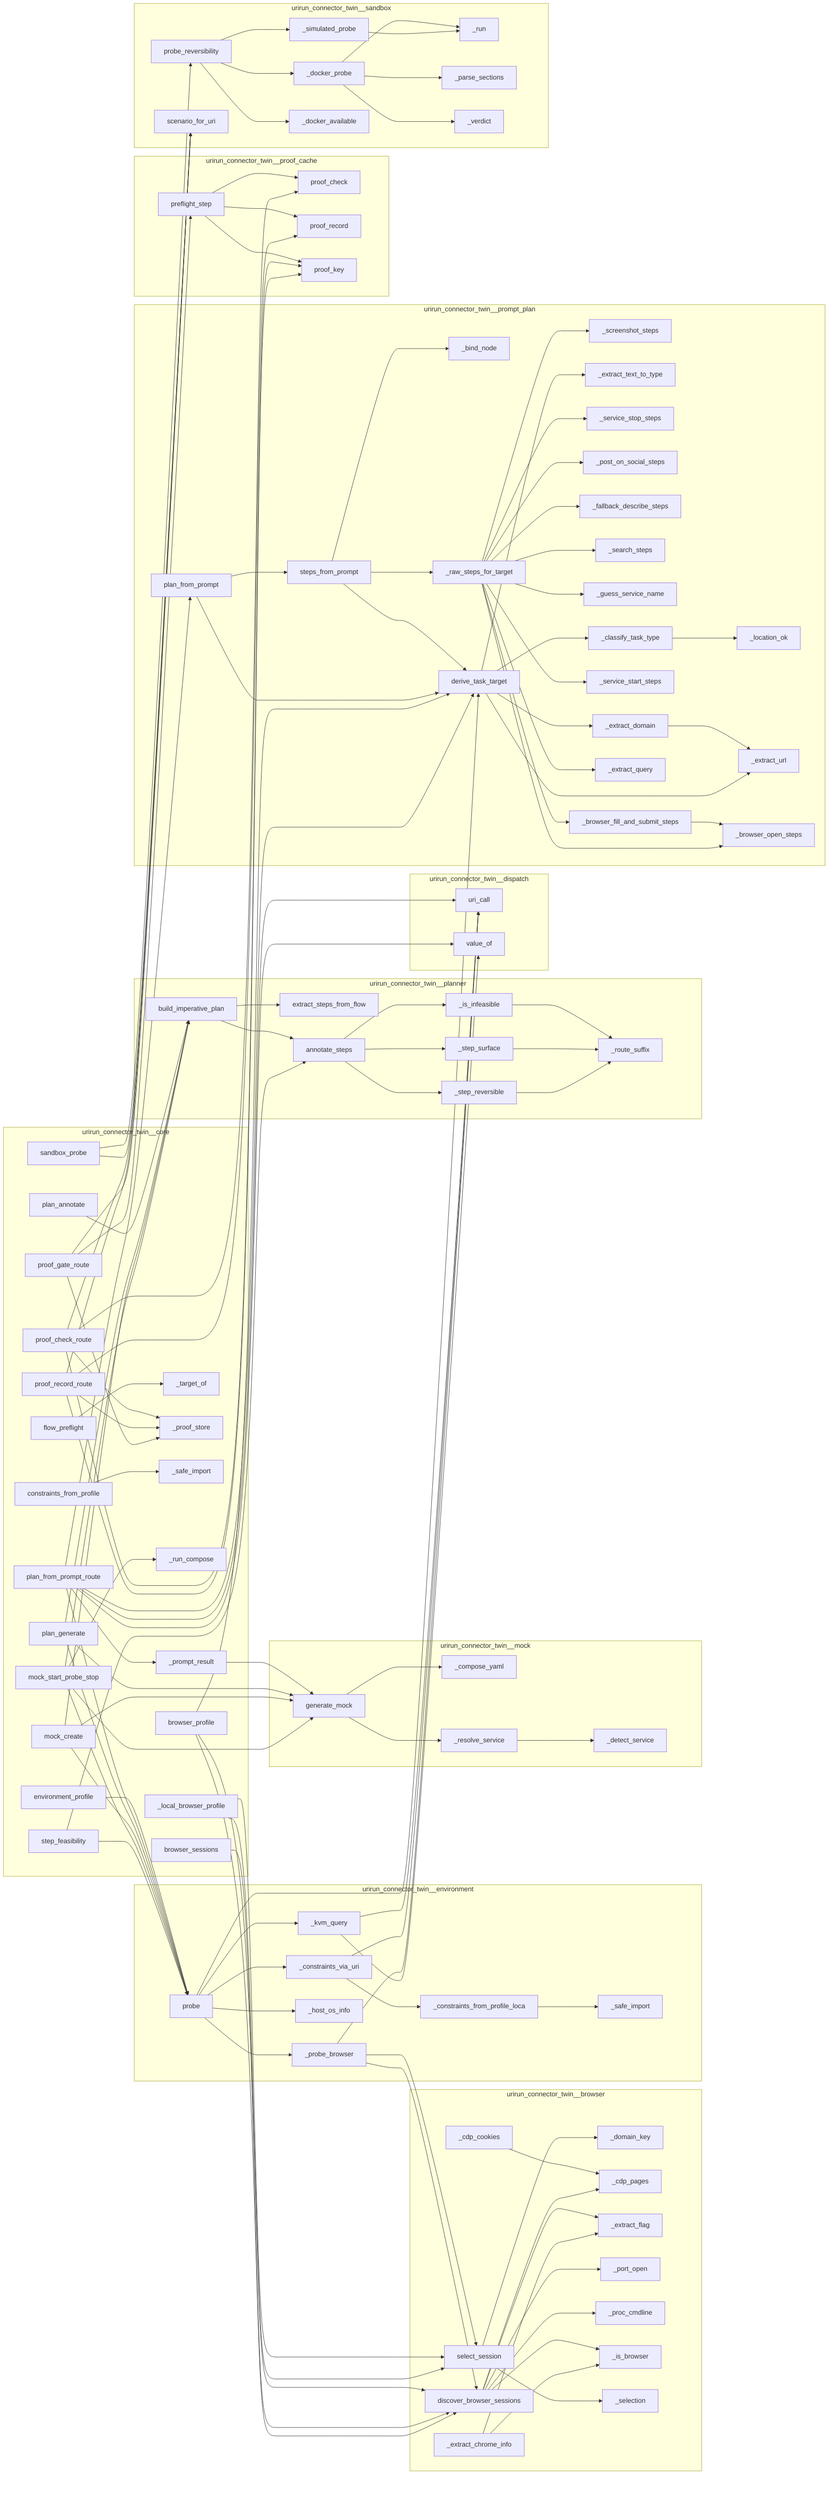
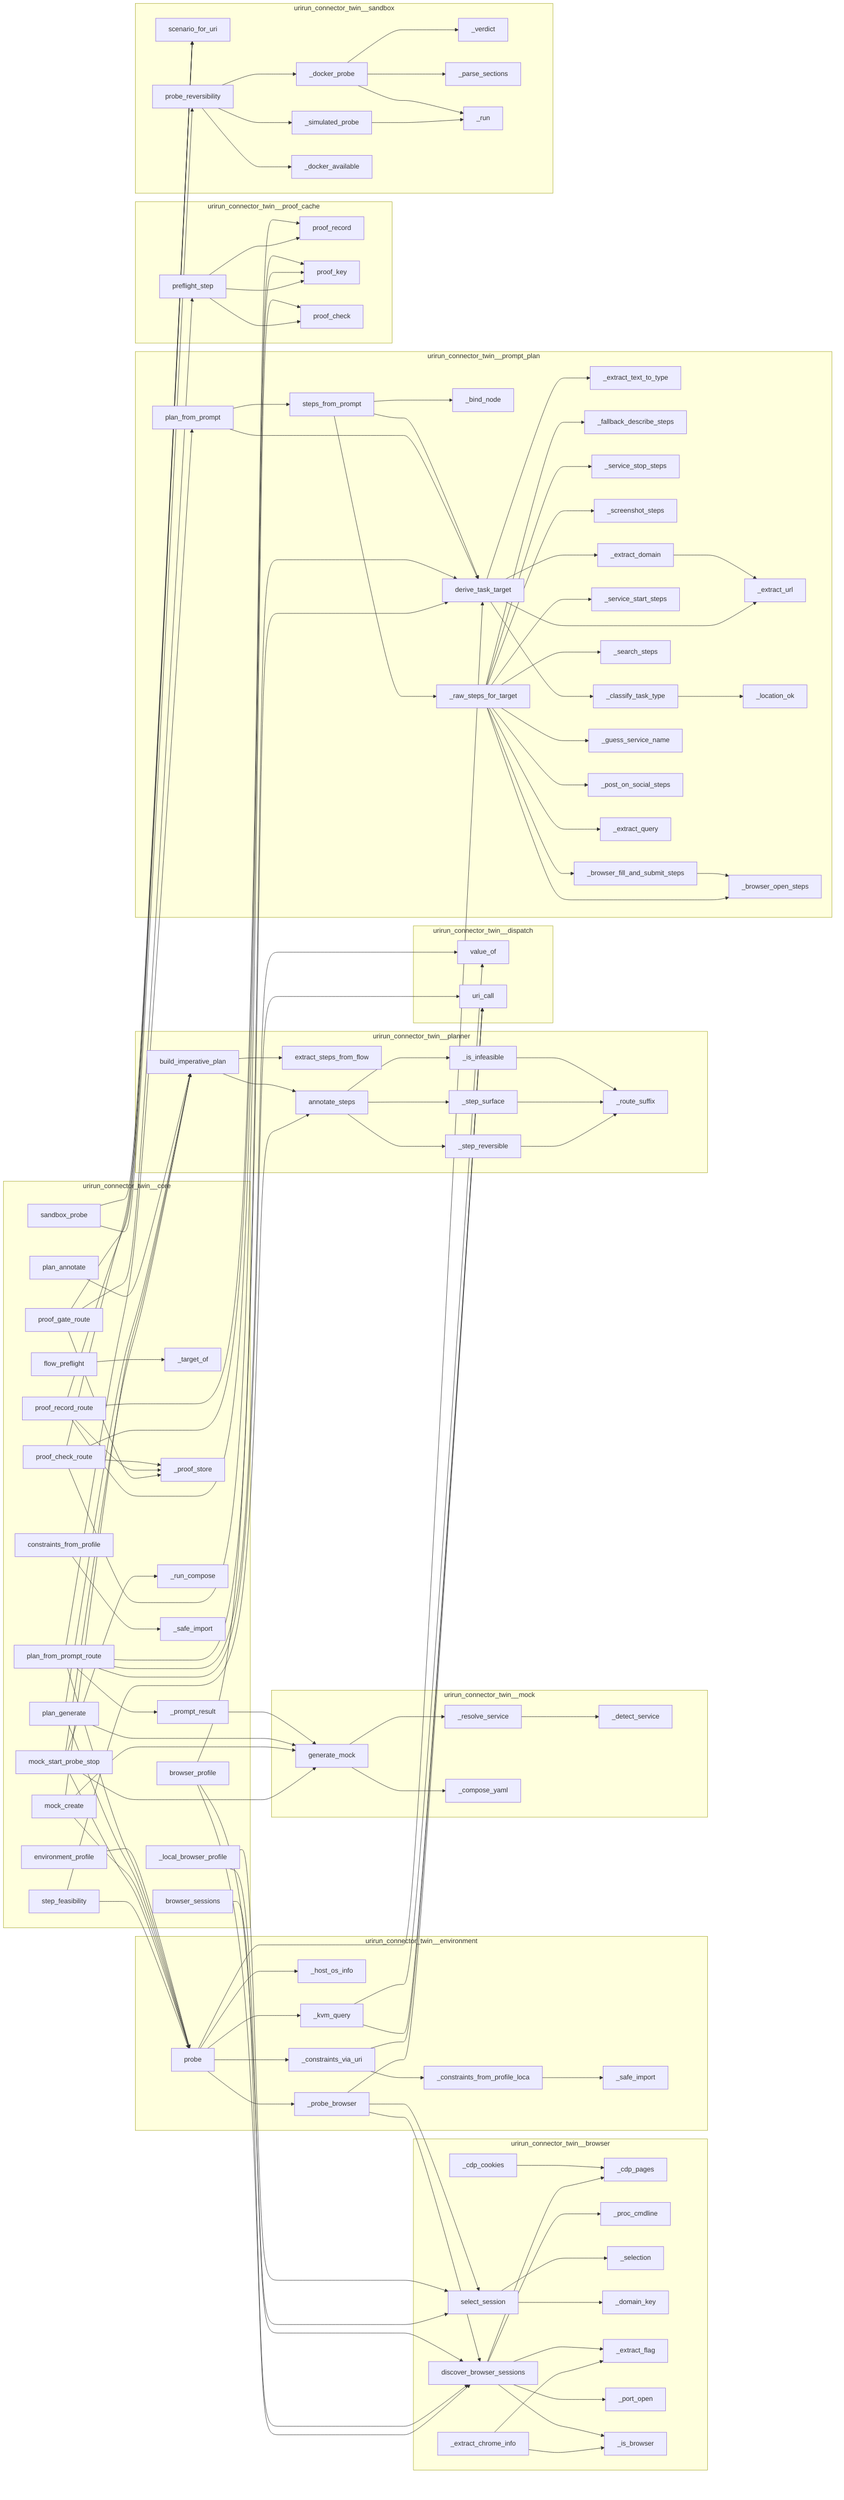
flowchart LR
%% generated in 0.00s
    subgraph urirun_connector_twin__browser
+         urirun_connector_twin__browser___cdp_cookies["_cdp_cookies"]
        urirun_connector_twin__browser__select_session["select_session"]
+         urirun_connector_twin__browser___cdp_pages["_cdp_pages"]
+         urirun_connector_twin__browser___proc_cmdline["_proc_cmdline"]
+         urirun_connector_twin__browser___selection["_selection"]
        urirun_connector_twin__browser___domain_key["_domain_key"]
        urirun_connector_twin__browser__discover_browser_sessions["discover_browser_sessions"]
-         urirun_connector_twin__browser___cdp_pages["_cdp_pages"]
        urirun_connector_twin__browser___extract_flag["_extract_flag"]
        urirun_connector_twin__browser___extract_chrome_info["_extract_chrome_info"]
        urirun_connector_twin__browser___port_open["_port_open"]
-         urirun_connector_twin__browser___proc_cmdline["_proc_cmdline"]
-         urirun_connector_twin__browser___cdp_cookies["_cdp_cookies"]
        urirun_connector_twin__browser___is_browser["_is_browser"]
-         urirun_connector_twin__browser___selection["_selection"]
    end
    subgraph urirun_connector_twin__core
-         urirun_connector_twin__core__mock_create["mock_create"]
-         urirun_connector_twin__core__plan_generate["plan_generate"]
-         urirun_connector_twin__core__constraints_from_profile["constraints_from_profile"]
-         urirun_connector_twin__core__proof_record_route["proof_record_route"]
-         urirun_connector_twin__core__proof_gate_route["proof_gate_route"]
-         urirun_connector_twin__core___local_browser_profile["_local_browser_profile"]
-         urirun_connector_twin__core__flow_preflight["flow_preflight"]
+         urirun_connector_twin__core___target_of["_target_of"]
        urirun_connector_twin__core__sandbox_probe["sandbox_probe"]
        urirun_connector_twin__core__environment_profile["environment_profile"]
        urirun_connector_twin__core__plan_annotate["plan_annotate"]
+         urirun_connector_twin__core__proof_record_route["proof_record_route"]
+         urirun_connector_twin__core__flow_preflight["flow_preflight"]
+         urirun_connector_twin__core__plan_generate["plan_generate"]
+         urirun_connector_twin__core__browser_sessions["browser_sessions"]
+         urirun_connector_twin__core__constraints_from_profile["constraints_from_profile"]
+         urirun_connector_twin__core___prompt_result["_prompt_result"]
+         urirun_connector_twin__core__mock_start_probe_stop["mock_start_probe_stop"]
+         urirun_connector_twin__core___proof_store["_proof_store"]
+         urirun_connector_twin__core__step_feasibility["step_feasibility"]
+         urirun_connector_twin__core__plan_from_prompt_route["plan_from_prompt_route"]
        urirun_connector_twin__core__proof_check_route["proof_check_route"]
-         urirun_connector_twin__core__browser_sessions["browser_sessions"]
-         urirun_connector_twin__core___target_of["_target_of"]
-         urirun_connector_twin__core___proof_store["_proof_store"]
+         urirun_connector_twin__core__proof_gate_route["proof_gate_route"]
+         urirun_connector_twin__core___local_browser_profile["_local_browser_profile"]
+         urirun_connector_twin__core__mock_create["mock_create"]
+         urirun_connector_twin__core___run_compose["_run_compose"]
+         urirun_connector_twin__core__browser_profile["browser_profile"]
        urirun_connector_twin__core___safe_import["_safe_import"]
-         urirun_connector_twin__core__mock_start_probe_stop["mock_start_probe_stop"]
-         urirun_connector_twin__core__step_feasibility["step_feasibility"]
-         urirun_connector_twin__core___run_compose["_run_compose"]
-         urirun_connector_twin__core___prompt_result["_prompt_result"]
-         urirun_connector_twin__core__plan_from_prompt_route["plan_from_prompt_route"]
-         urirun_connector_twin__core__browser_profile["browser_profile"]
    end
    subgraph urirun_connector_twin__dispatch
+         urirun_connector_twin__dispatch__value_of["value_of"]
        urirun_connector_twin__dispatch__uri_call["uri_call"]
-         urirun_connector_twin__dispatch__value_of["value_of"]
    end
    subgraph urirun_connector_twin__environment
+         urirun_connector_twin__environment__probe["probe"]
+         urirun_connector_twin__environment___safe_import["_safe_import"]
+         urirun_connector_twin__environment___constraints_from_profile_local["_constraints_from_profile_loca"]
        urirun_connector_twin__environment___probe_browser["_probe_browser"]
-         urirun_connector_twin__environment___safe_import["_safe_import"]
+         urirun_connector_twin__environment___host_os_info["_host_os_info"]
+         urirun_connector_twin__environment___constraints_via_uri["_constraints_via_uri"]
        urirun_connector_twin__environment___kvm_query["_kvm_query"]
-         urirun_connector_twin__environment___constraints_via_uri["_constraints_via_uri"]
-         urirun_connector_twin__environment__probe["probe"]
-         urirun_connector_twin__environment___constraints_from_profile_local["_constraints_from_profile_loca"]
-         urirun_connector_twin__environment___host_os_info["_host_os_info"]
    end
    subgraph urirun_connector_twin__mock
+         urirun_connector_twin__mock__generate_mock["generate_mock"]
+         urirun_connector_twin__mock___resolve_service["_resolve_service"]
+         urirun_connector_twin__mock___detect_service["_detect_service"]
        urirun_connector_twin__mock___compose_yaml["_compose_yaml"]
-         urirun_connector_twin__mock___resolve_service["_resolve_service"]
-         urirun_connector_twin__mock__generate_mock["generate_mock"]
-         urirun_connector_twin__mock___detect_service["_detect_service"]
    end
    subgraph urirun_connector_twin__planner
+         urirun_connector_twin__planner___step_reversible["_step_reversible"]
        urirun_connector_twin__planner__extract_steps_from_flow["extract_steps_from_flow"]
+         urirun_connector_twin__planner__annotate_steps["annotate_steps"]
+         urirun_connector_twin__planner___route_suffix["_route_suffix"]
        urirun_connector_twin__planner__build_imperative_plan["build_imperative_plan"]
-         urirun_connector_twin__planner__annotate_steps["annotate_steps"]
-         urirun_connector_twin__planner___step_reversible["_step_reversible"]
-         urirun_connector_twin__planner___route_suffix["_route_suffix"]
+         urirun_connector_twin__planner___is_infeasible["_is_infeasible"]
        urirun_connector_twin__planner___step_surface["_step_surface"]
-         urirun_connector_twin__planner___is_infeasible["_is_infeasible"]
    end
    subgraph urirun_connector_twin__prompt_plan
+         urirun_connector_twin__prompt_plan___extract_text_to_type["_extract_text_to_type"]
+         urirun_connector_twin__prompt_plan__plan_from_prompt["plan_from_prompt"]
+         urirun_connector_twin__prompt_plan__steps_from_prompt["steps_from_prompt"]
+         urirun_connector_twin__prompt_plan___fallback_describe_steps["_fallback_describe_steps"]
+         urirun_connector_twin__prompt_plan___bind_node["_bind_node"]
+         urirun_connector_twin__prompt_plan___service_stop_steps["_service_stop_steps"]
+         urirun_connector_twin__prompt_plan___raw_steps_for_target["_raw_steps_for_target"]
+         urirun_connector_twin__prompt_plan___extract_url["_extract_url"]
+         urirun_connector_twin__prompt_plan___location_ok["_location_ok"]
        urirun_connector_twin__prompt_plan___screenshot_steps["_screenshot_steps"]
-         urirun_connector_twin__prompt_plan___bind_node["_bind_node"]
-         urirun_connector_twin__prompt_plan___extract_text_to_type["_extract_text_to_type"]
-         urirun_connector_twin__prompt_plan___service_stop_steps["_service_stop_steps"]
+         urirun_connector_twin__prompt_plan___classify_task_type["_classify_task_type"]
+         urirun_connector_twin__prompt_plan___service_start_steps["_service_start_steps"]
+         urirun_connector_twin__prompt_plan__derive_task_target["derive_task_target"]
+         urirun_connector_twin__prompt_plan___browser_fill_and_submit_steps["_browser_fill_and_submit_steps"]
+         urirun_connector_twin__prompt_plan___search_steps["_search_steps"]
+         urirun_connector_twin__prompt_plan___extract_domain["_extract_domain"]
+         urirun_connector_twin__prompt_plan___browser_open_steps["_browser_open_steps"]
+         urirun_connector_twin__prompt_plan___guess_service_name["_guess_service_name"]
        urirun_connector_twin__prompt_plan___post_on_social_steps["_post_on_social_steps"]
-         urirun_connector_twin__prompt_plan___fallback_describe_steps["_fallback_describe_steps"]
-         urirun_connector_twin__prompt_plan__derive_task_target["derive_task_target"]
-         urirun_connector_twin__prompt_plan___search_steps["_search_steps"]
-         urirun_connector_twin__prompt_plan___guess_service_name["_guess_service_name"]
-         urirun_connector_twin__prompt_plan___location_ok["_location_ok"]
-         urirun_connector_twin__prompt_plan___browser_fill_and_submit_steps["_browser_fill_and_submit_steps"]
-         urirun_connector_twin__prompt_plan___service_start_steps["_service_start_steps"]
-         urirun_connector_twin__prompt_plan___raw_steps_for_target["_raw_steps_for_target"]
-         urirun_connector_twin__prompt_plan___extract_domain["_extract_domain"]
-         urirun_connector_twin__prompt_plan__plan_from_prompt["plan_from_prompt"]
        urirun_connector_twin__prompt_plan___extract_query["_extract_query"]
-         urirun_connector_twin__prompt_plan___extract_url["_extract_url"]
-         urirun_connector_twin__prompt_plan__steps_from_prompt["steps_from_prompt"]
-         urirun_connector_twin__prompt_plan___browser_open_steps["_browser_open_steps"]
-         urirun_connector_twin__prompt_plan___classify_task_type["_classify_task_type"]
    end
    subgraph urirun_connector_twin__proof_cache
-         urirun_connector_twin__proof_cache__proof_check["proof_check"]
        urirun_connector_twin__proof_cache__preflight_step["preflight_step"]
        urirun_connector_twin__proof_cache__proof_record["proof_record"]
        urirun_connector_twin__proof_cache__proof_key["proof_key"]
+         urirun_connector_twin__proof_cache__proof_check["proof_check"]
    end
    subgraph urirun_connector_twin__sandbox
+         urirun_connector_twin__sandbox__scenario_for_uri["scenario_for_uri"]
        urirun_connector_twin__sandbox___docker_probe["_docker_probe"]
+         urirun_connector_twin__sandbox___verdict["_verdict"]
+         urirun_connector_twin__sandbox__probe_reversibility["probe_reversibility"]
        urirun_connector_twin__sandbox___simulated_probe["_simulated_probe"]
-         urirun_connector_twin__sandbox__probe_reversibility["probe_reversibility"]
+         urirun_connector_twin__sandbox___parse_sections["_parse_sections"]
+         urirun_connector_twin__sandbox___run["_run"]
        urirun_connector_twin__sandbox___docker_available["_docker_available"]
-         urirun_connector_twin__sandbox___run["_run"]
-         urirun_connector_twin__sandbox___parse_sections["_parse_sections"]
-         urirun_connector_twin__sandbox___verdict["_verdict"]
-         urirun_connector_twin__sandbox__scenario_for_uri["scenario_for_uri"]
    end
    urirun_connector_twin__sandbox___docker_probe --> urirun_connector_twin__sandbox___run
    urirun_connector_twin__sandbox___docker_probe --> urirun_connector_twin__sandbox___parse_sections
    urirun_connector_twin__sandbox___docker_probe --> urirun_connector_twin__sandbox___verdict
    urirun_connector_twin__sandbox___simulated_probe --> urirun_connector_twin__sandbox___run
    urirun_connector_twin__sandbox__probe_reversibility --> urirun_connector_twin__sandbox___docker_available
    urirun_connector_twin__sandbox__probe_reversibility --> urirun_connector_twin__sandbox___docker_probe
    urirun_connector_twin__sandbox__probe_reversibility --> urirun_connector_twin__sandbox___simulated_probe
    urirun_connector_twin__mock___resolve_service --> urirun_connector_twin__mock___detect_service
    urirun_connector_twin__mock__generate_mock --> urirun_connector_twin__mock___resolve_service
    urirun_connector_twin__mock__generate_mock --> urirun_connector_twin__mock___compose_yaml
    urirun_connector_twin__browser___cdp_cookies --> urirun_connector_twin__browser___cdp_pages
    urirun_connector_twin__browser__discover_browser_sessions --> urirun_connector_twin__browser___proc_cmdline
    urirun_connector_twin__browser__discover_browser_sessions --> urirun_connector_twin__browser___extract_flag
    urirun_connector_twin__browser__discover_browser_sessions --> urirun_connector_twin__browser___port_open
    urirun_connector_twin__browser__discover_browser_sessions --> urirun_connector_twin__browser___is_browser
    urirun_connector_twin__browser__discover_browser_sessions --> urirun_connector_twin__browser___cdp_pages
    urirun_connector_twin__browser__select_session --> urirun_connector_twin__browser___domain_key
    urirun_connector_twin__browser__select_session --> urirun_connector_twin__browser___selection
    urirun_connector_twin__browser___extract_chrome_info --> urirun_connector_twin__browser___extract_flag
    urirun_connector_twin__browser___extract_chrome_info --> urirun_connector_twin__browser___is_browser
    urirun_connector_twin__planner___is_infeasible --> urirun_connector_twin__planner___route_suffix
    urirun_connector_twin__planner___step_surface --> urirun_connector_twin__planner___route_suffix
    urirun_connector_twin__planner___step_reversible --> urirun_connector_twin__planner___route_suffix
    urirun_connector_twin__planner__annotate_steps --> urirun_connector_twin__planner___is_infeasible
    urirun_connector_twin__planner__annotate_steps --> urirun_connector_twin__planner___step_reversible
    urirun_connector_twin__planner__annotate_steps --> urirun_connector_twin__planner___step_surface
    urirun_connector_twin__planner__build_imperative_plan --> urirun_connector_twin__planner__extract_steps_from_flow
    urirun_connector_twin__planner__build_imperative_plan --> urirun_connector_twin__planner__annotate_steps
    urirun_connector_twin__prompt_plan___extract_domain --> urirun_connector_twin__prompt_plan___extract_url
    urirun_connector_twin__prompt_plan___browser_fill_and_submit_steps --> urirun_connector_twin__prompt_plan___browser_open_steps
    urirun_connector_twin__prompt_plan___classify_task_type --> urirun_connector_twin__prompt_plan___location_ok
    urirun_connector_twin__prompt_plan__derive_task_target --> urirun_connector_twin__prompt_plan___extract_domain
    urirun_connector_twin__prompt_plan__derive_task_target --> urirun_connector_twin__prompt_plan___extract_url
    urirun_connector_twin__prompt_plan__derive_task_target --> urirun_connector_twin__prompt_plan___extract_text_to_type
    urirun_connector_twin__prompt_plan__derive_task_target --> urirun_connector_twin__prompt_plan___classify_task_type
    urirun_connector_twin__prompt_plan___raw_steps_for_target --> urirun_connector_twin__prompt_plan___fallback_describe_steps
    urirun_connector_twin__prompt_plan___raw_steps_for_target --> urirun_connector_twin__prompt_plan___post_on_social_steps
    urirun_connector_twin__prompt_plan___raw_steps_for_target --> urirun_connector_twin__prompt_plan___search_steps
    urirun_connector_twin__prompt_plan___raw_steps_for_target --> urirun_connector_twin__prompt_plan___browser_fill_and_submit_steps
    urirun_connector_twin__prompt_plan___raw_steps_for_target --> urirun_connector_twin__prompt_plan___browser_open_steps
    urirun_connector_twin__prompt_plan___raw_steps_for_target --> urirun_connector_twin__prompt_plan___screenshot_steps
    urirun_connector_twin__prompt_plan___raw_steps_for_target --> urirun_connector_twin__prompt_plan___service_start_steps
    urirun_connector_twin__prompt_plan___raw_steps_for_target --> urirun_connector_twin__prompt_plan___service_stop_steps
    urirun_connector_twin__prompt_plan___raw_steps_for_target --> urirun_connector_twin__prompt_plan___extract_query
    urirun_connector_twin__prompt_plan___raw_steps_for_target --> urirun_connector_twin__prompt_plan___guess_service_name
    urirun_connector_twin__prompt_plan__steps_from_prompt --> urirun_connector_twin__prompt_plan___bind_node
    urirun_connector_twin__prompt_plan__steps_from_prompt --> urirun_connector_twin__prompt_plan___raw_steps_for_target
    urirun_connector_twin__prompt_plan__steps_from_prompt --> urirun_connector_twin__prompt_plan__derive_task_target
    urirun_connector_twin__prompt_plan__plan_from_prompt --> urirun_connector_twin__prompt_plan__derive_task_target
    urirun_connector_twin__prompt_plan__plan_from_prompt --> urirun_connector_twin__prompt_plan__steps_from_prompt
-     urirun_connector_twin__environment___kvm_query --> urirun_connector_twin__dispatch__uri_call
-     urirun_connector_twin__environment___kvm_query --> urirun_connector_twin__dispatch__value_of
-     urirun_connector_twin__environment___constraints_from_profile_local --> urirun_connector_twin__environment___safe_import
-     urirun_connector_twin__environment___constraints_via_uri --> urirun_connector_twin__dispatch__uri_call
-     urirun_connector_twin__environment___constraints_via_uri --> urirun_connector_twin__environment___constraints_from_profile_local
-     urirun_connector_twin__environment___probe_browser --> urirun_connector_twin__dispatch__uri_call
-     urirun_connector_twin__environment___probe_browser --> urirun_connector_twin__browser__select_session
-     urirun_connector_twin__environment___probe_browser --> urirun_connector_twin__browser__discover_browser_sessions
-     urirun_connector_twin__environment__probe --> urirun_connector_twin__environment___host_os_info
-     urirun_connector_twin__environment__probe --> urirun_connector_twin__environment___constraints_via_uri
-     urirun_connector_twin__environment__probe --> urirun_connector_twin__environment___probe_browser
-     urirun_connector_twin__environment__probe --> urirun_connector_twin__environment___kvm_query
-     urirun_connector_twin__environment__probe --> urirun_connector_twin__prompt_plan__derive_task_target
-     urirun_connector_twin__proof_cache__preflight_step --> urirun_connector_twin__proof_cache__proof_key
-     urirun_connector_twin__proof_cache__preflight_step --> urirun_connector_twin__proof_cache__proof_check
-     urirun_connector_twin__proof_cache__preflight_step --> urirun_connector_twin__proof_cache__proof_record
    urirun_connector_twin__core___local_browser_profile --> urirun_connector_twin__browser__discover_browser_sessions
    urirun_connector_twin__core___local_browser_profile --> urirun_connector_twin__browser__select_session
    urirun_connector_twin__core___prompt_result --> urirun_connector_twin__mock__generate_mock
    urirun_connector_twin__core__environment_profile --> urirun_connector_twin__environment__probe
    urirun_connector_twin__core__constraints_from_profile --> urirun_connector_twin__core___safe_import
    urirun_connector_twin__core__browser_sessions --> urirun_connector_twin__browser__discover_browser_sessions
    urirun_connector_twin__core__browser_profile --> urirun_connector_twin__browser__discover_browser_sessions
    urirun_connector_twin__core__browser_profile --> urirun_connector_twin__browser__select_session
    urirun_connector_twin__core__browser_profile --> urirun_connector_twin__prompt_plan__derive_task_target
    urirun_connector_twin__core__plan_from_prompt_route --> urirun_connector_twin__prompt_plan__derive_task_target
    urirun_connector_twin__core__plan_from_prompt_route --> urirun_connector_twin__prompt_plan__plan_from_prompt
    urirun_connector_twin__core__plan_from_prompt_route --> urirun_connector_twin__dispatch__uri_call
    urirun_connector_twin__core__plan_from_prompt_route --> urirun_connector_twin__core___prompt_result
    urirun_connector_twin__core__plan_from_prompt_route --> urirun_connector_twin__dispatch__value_of
    urirun_connector_twin__core__plan_from_prompt_route --> urirun_connector_twin__environment__probe
    urirun_connector_twin__core__plan_annotate --> urirun_connector_twin__planner__build_imperative_plan
    urirun_connector_twin__core__plan_generate --> urirun_connector_twin__environment__probe
    urirun_connector_twin__core__plan_generate --> urirun_connector_twin__planner__build_imperative_plan
    urirun_connector_twin__core__plan_generate --> urirun_connector_twin__mock__generate_mock
    urirun_connector_twin__core__mock_create --> urirun_connector_twin__environment__probe
    urirun_connector_twin__core__mock_create --> urirun_connector_twin__planner__build_imperative_plan
    urirun_connector_twin__core__mock_create --> urirun_connector_twin__mock__generate_mock
    urirun_connector_twin__core__mock_start_probe_stop --> urirun_connector_twin__environment__probe
    urirun_connector_twin__core__mock_start_probe_stop --> urirun_connector_twin__planner__build_imperative_plan
    urirun_connector_twin__core__mock_start_probe_stop --> urirun_connector_twin__mock__generate_mock
    urirun_connector_twin__core__mock_start_probe_stop --> urirun_connector_twin__core___run_compose
    urirun_connector_twin__core__step_feasibility --> urirun_connector_twin__environment__probe
    urirun_connector_twin__core__step_feasibility --> urirun_connector_twin__planner__annotate_steps
    urirun_connector_twin__core__sandbox_probe --> urirun_connector_twin__sandbox__probe_reversibility
    urirun_connector_twin__core__sandbox_probe --> urirun_connector_twin__sandbox__scenario_for_uri
    urirun_connector_twin__core__proof_check_route --> urirun_connector_twin__proof_cache__proof_key
    urirun_connector_twin__core__proof_check_route --> urirun_connector_twin__proof_cache__proof_check
    urirun_connector_twin__core__proof_check_route --> urirun_connector_twin__sandbox__scenario_for_uri
    urirun_connector_twin__core__proof_check_route --> urirun_connector_twin__core___proof_store
    urirun_connector_twin__core__proof_record_route --> urirun_connector_twin__sandbox__scenario_for_uri
    urirun_connector_twin__core__proof_record_route --> urirun_connector_twin__proof_cache__proof_key
    urirun_connector_twin__core__proof_record_route --> urirun_connector_twin__proof_cache__proof_record
    urirun_connector_twin__core__proof_record_route --> urirun_connector_twin__core___proof_store
    urirun_connector_twin__core__proof_gate_route --> urirun_connector_twin__proof_cache__preflight_step
    urirun_connector_twin__core__proof_gate_route --> urirun_connector_twin__sandbox__scenario_for_uri
    urirun_connector_twin__core__proof_gate_route --> urirun_connector_twin__core___proof_store
    urirun_connector_twin__core__flow_preflight --> urirun_connector_twin__core___target_of
+     urirun_connector_twin__environment___kvm_query --> urirun_connector_twin__dispatch__uri_call
+     urirun_connector_twin__environment___kvm_query --> urirun_connector_twin__dispatch__value_of
+     urirun_connector_twin__environment___constraints_from_profile_local --> urirun_connector_twin__environment___safe_import
+     urirun_connector_twin__environment___constraints_via_uri --> urirun_connector_twin__dispatch__uri_call
+     urirun_connector_twin__environment___constraints_via_uri --> urirun_connector_twin__environment___constraints_from_profile_local
+     urirun_connector_twin__environment___probe_browser --> urirun_connector_twin__dispatch__uri_call
+     urirun_connector_twin__environment___probe_browser --> urirun_connector_twin__browser__select_session
+     urirun_connector_twin__environment___probe_browser --> urirun_connector_twin__browser__discover_browser_sessions
+     urirun_connector_twin__environment__probe --> urirun_connector_twin__environment___host_os_info
+     urirun_connector_twin__environment__probe --> urirun_connector_twin__environment___constraints_via_uri
+     urirun_connector_twin__environment__probe --> urirun_connector_twin__environment___probe_browser
+     urirun_connector_twin__environment__probe --> urirun_connector_twin__environment___kvm_query
+     urirun_connector_twin__environment__probe --> urirun_connector_twin__prompt_plan__derive_task_target
+     urirun_connector_twin__proof_cache__preflight_step --> urirun_connector_twin__proof_cache__proof_key
+     urirun_connector_twin__proof_cache__preflight_step --> urirun_connector_twin__proof_cache__proof_check
+     urirun_connector_twin__proof_cache__preflight_step --> urirun_connector_twin__proof_cache__proof_record
